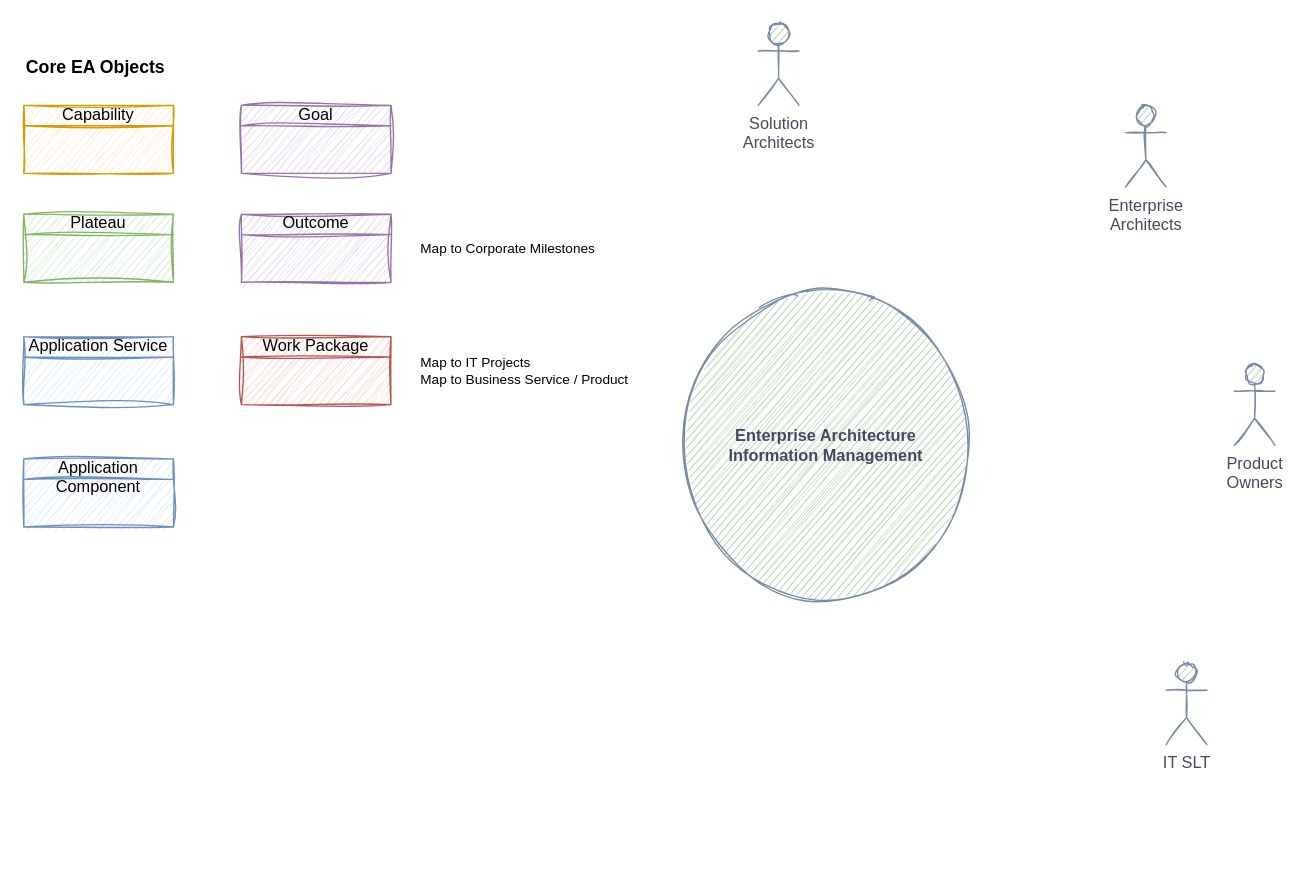
This is page "IT Orbus Context" (2 of 2) of TOM Management.drawio from martinlt/reference, a draw.io file, before an edit. Source tidied: cells renumbered, new cells numbered last; positions are measured from the earlier drawing's top-left corner, leaving out a move shared by most shapes. Both pictures are drawn from the tidied source at 136%, with x=0, y=0 at pixel (23, 23).
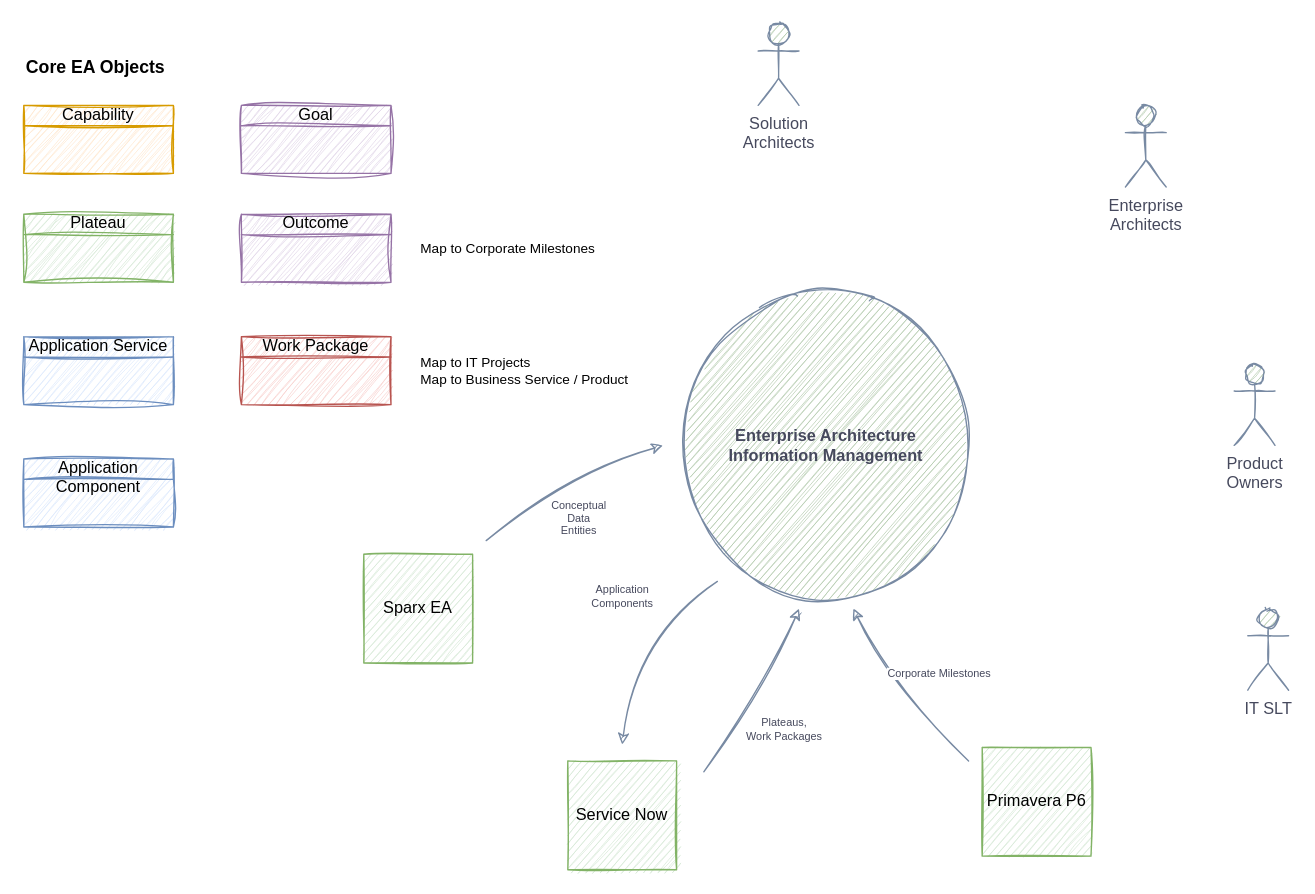
The same page after the edit.

The edit, as a diff of the source:
```diff
@@
     <mxCell id="4" value="IT SLT" style="shape=umlActor;verticalLabelPosition=bottom;verticalAlign=top;html=1;rounded=0;sketch=1;fillColor=#B2C9AB;strokeColor=#788AA3;fontColor=#46495D;" parent="1" vertex="1">
-      <mxGeometry x="840" y="470" width="30" height="60" as="geometry" />
+      <mxGeometry x="900" y="430" width="30" height="60" as="geometry" />
     </mxCell>
@@
+    <mxCell id="17" value="Primavera P6" style="whiteSpace=wrap;html=1;sketch=1;fillColor=#d5e8d4;strokeColor=#82b366;" parent="1" vertex="1">
+      <mxGeometry x="704.7" y="532" width="80" height="80" as="geometry" />
+    </mxCell>
+    <mxCell id="18" value="Corporate Milestones" style="curved=1;endArrow=classic;html=1;rounded=0;entryX=0.847;entryY=0.9;entryDx=0;entryDy=0;startArrow=none;startFill=0;endFill=1;entryPerimeter=0;sketch=1;strokeColor=#788AA3;fontColor=#46495D;fontSize=8;" parent="1" edge="1">
+      <mxGeometry x="-0.16" y="-30" relative="1" as="geometry">
+        <mxPoint x="694.7" y="542" as="sourcePoint" />
+        <mxPoint x="610" y="430" as="targetPoint" />
+        <Array as="points">
+          <mxPoint x="634.7" y="482" />
+        </Array>
+      </mxGeometry>
+    </mxCell>
+    <mxCell id="19" value="Service Now" style="whiteSpace=wrap;html=1;sketch=1;fillColor=#d5e8d4;strokeColor=#82b366;" parent="1" vertex="1">
+      <mxGeometry x="400" y="542" width="80" height="80" as="geometry" />
+    </mxCell>
+    <mxCell id="20" value="Sparx EA" style="whiteSpace=wrap;html=1;sketch=1;fillColor=#d5e8d4;strokeColor=#82b366;" parent="1" vertex="1">
+      <mxGeometry x="250" y="390" width="80" height="80" as="geometry" />
+    </mxCell>
+    <mxCell id="21" value="Application&lt;br&gt;Components" style="curved=1;endArrow=classic;html=1;rounded=0;startArrow=none;startFill=0;endFill=1;sketch=1;strokeColor=#788AA3;fontColor=#46495D;fontSize=8;" parent="1" edge="1">
+      <mxGeometry x="-0.16" y="-30" relative="1" as="geometry">
+        <mxPoint x="510" y="410" as="sourcePoint" />
+        <mxPoint x="440" y="530" as="targetPoint" />
+        <Array as="points">
+          <mxPoint x="450" y="450" />
+        </Array>
+      </mxGeometry>
+    </mxCell>
+    <mxCell id="22" value="Plateaus,&lt;br&gt;Work Packages" style="curved=1;endArrow=classic;html=1;rounded=0;startArrow=none;startFill=0;endFill=1;sketch=1;strokeColor=#788AA3;fontColor=#46495D;fontSize=8;" parent="1" edge="1">
+      <mxGeometry x="-0.16" y="-30" relative="1" as="geometry">
+        <mxPoint x="500" y="550" as="sourcePoint" />
+        <mxPoint x="570" y="430" as="targetPoint" />
+        <Array as="points">
+          <mxPoint x="550" y="480" />
+        </Array>
+      </mxGeometry>
+    </mxCell>
+    <mxCell id="23" value="Conceptual&lt;br&gt;Data&lt;br&gt;Entities" style="curved=1;endArrow=classic;html=1;rounded=0;startArrow=none;startFill=0;endFill=1;sketch=1;strokeColor=#788AA3;fontColor=#46495D;fontSize=8;" parent="1" edge="1">
+      <mxGeometry x="-0.16" y="-30" relative="1" as="geometry">
+        <mxPoint x="340" y="380" as="sourcePoint" />
+        <mxPoint x="470" y="310" as="targetPoint" />
+        <Array as="points">
+          <mxPoint x="400" y="332" />
+        </Array>
+      </mxGeometry>
+    </mxCell>
```
